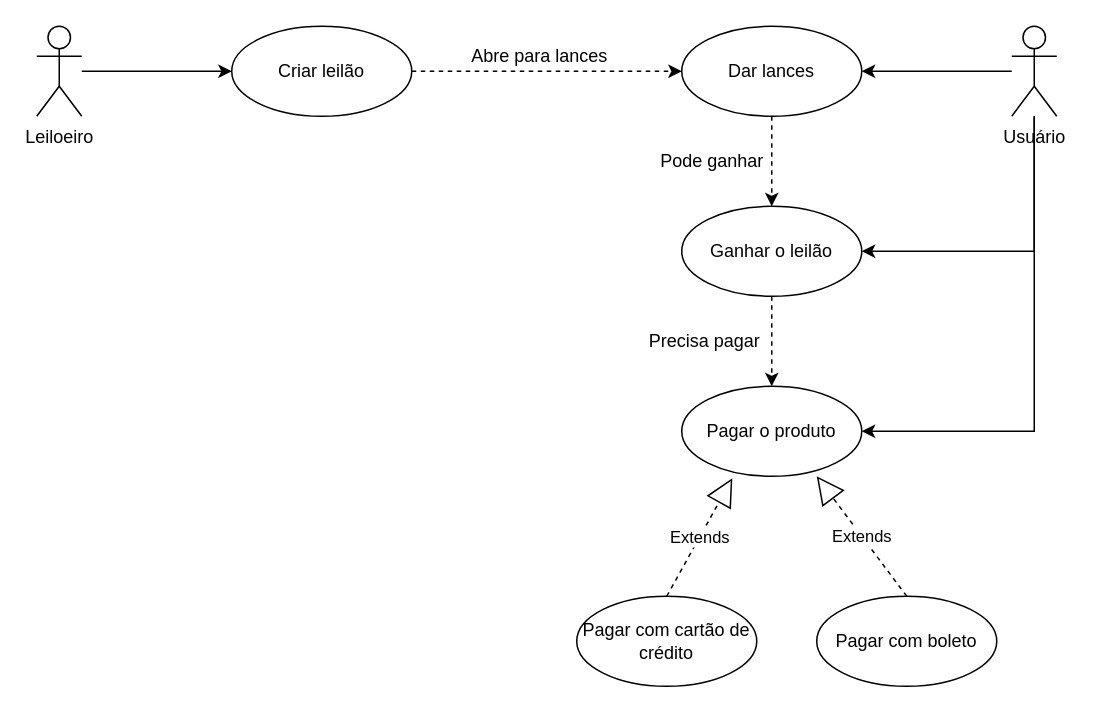
Earlier version of the draw.io diagram UML/casos-uso-leilao.drawio (andrerip/arquitetura). Source tidied: cells renumbered, new cells numbered last; positions are measured from the earlier drawing's top-left corner, leaving out a move shared by most shapes. Both pictures are drawn from the tidied source at 150%, with x=0, y=0 at pixel (36, 26).
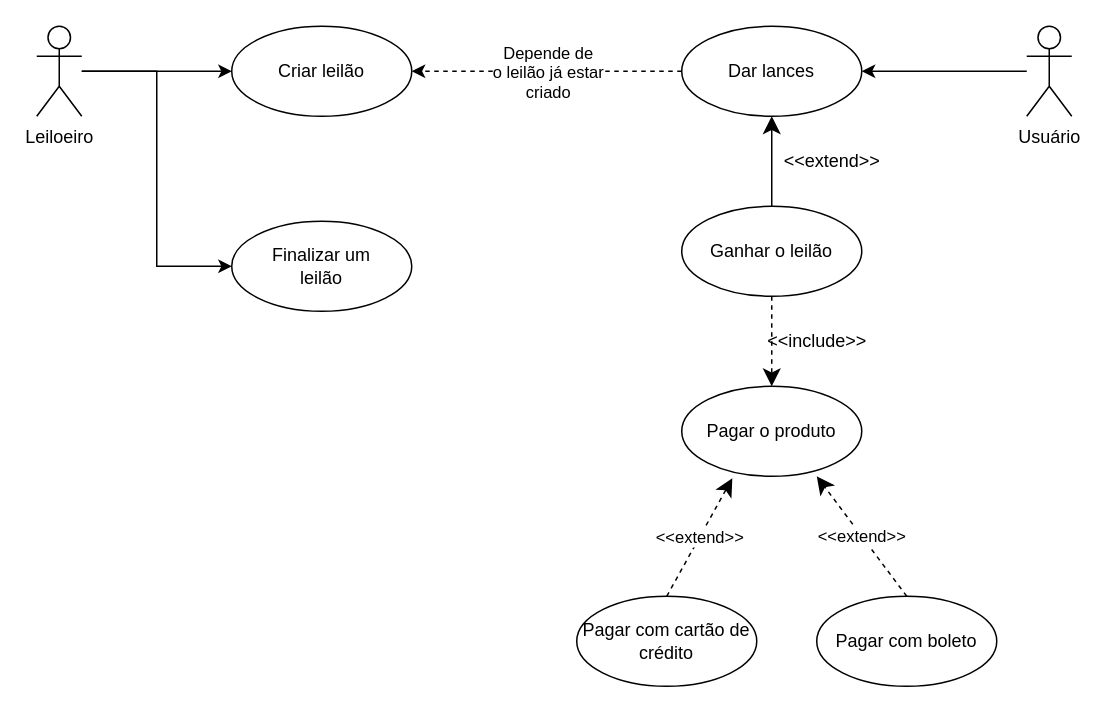
After the change.

Commit message (it also covers changes not shown here):
ajustes casos de uso

Unchanged cells that the change refers to:
```xml
<mxCell id="3" value="Leiloeiro" style="shape=umlActor;verticalLabelPosition=bottom;verticalAlign=top;html=1;" parent="1" vertex="1">
  <mxGeometry width="30" height="60" as="geometry" />
</mxCell>
<mxCell id="4" value="Criar leilão" style="ellipse;whiteSpace=wrap;html=1;" parent="1" vertex="1">
  <mxGeometry x="130" width="120" height="60" as="geometry" />
</mxCell>
<mxCell id="10" value="Dar lances" style="ellipse;whiteSpace=wrap;html=1;" parent="1" vertex="1">
  <mxGeometry x="430" width="120" height="60" as="geometry" />
</mxCell>
<mxCell id="13" value="Ganhar o leilão" style="ellipse;whiteSpace=wrap;html=1;" parent="1" vertex="1">
  <mxGeometry x="430" y="120" width="120" height="60" as="geometry" />
</mxCell>
<mxCell id="15" value="Pagar o produto" style="ellipse;whiteSpace=wrap;html=1;" parent="1" vertex="1">
  <mxGeometry x="430" y="240" width="120" height="60" as="geometry" />
</mxCell>
<mxCell id="17" value="Pagar com cartão de crédito" style="ellipse;whiteSpace=wrap;html=1;" parent="1" vertex="1">
  <mxGeometry x="360" y="380" width="120" height="60" as="geometry" />
</mxCell>
<mxCell id="18" value="Pagar com boleto" style="ellipse;whiteSpace=wrap;html=1;" parent="1" vertex="1">
  <mxGeometry x="520" y="380" width="120" height="60" as="geometry" />
</mxCell>
```

Change to the diagram source:
```diff
@@
+    <mxCell id="22" style="edgeStyle=orthogonalEdgeStyle;rounded=0;jettySize=auto;html=1;entryX=0;entryY=0.5;entryDx=0;entryDy=0;" parent="1" edge="1" source="3" target="25">
+      <mxGeometry relative="1" as="geometry" />
+    </mxCell>
@@
-    <mxCell id="6" style="edgeStyle=orthogonalEdgeStyle;rounded=0;jettySize=auto;html=1;entryX=1;entryY=0.5;entryDx=0;entryDy=0;" parent="1" edge="1" source="8" target="15">
-      <mxGeometry relative="1" as="geometry">
-        <Array as="points">
-          <mxPoint x="665" y="270" />
-        </Array>
-      </mxGeometry>
-    </mxCell>
-    <mxCell id="7" style="edgeStyle=orthogonalEdgeStyle;rounded=0;jettySize=auto;html=1;entryX=1;entryY=0.5;entryDx=0;entryDy=0;" parent="1" edge="1" source="8" target="13">
-      <mxGeometry relative="1" as="geometry">
-        <Array as="points">
-          <mxPoint x="665" y="150" />
-        </Array>
-      </mxGeometry>
-    </mxCell>
     <mxCell id="8" value="Usuário" style="shape=umlActor;verticalLabelPosition=bottom;verticalAlign=top;html=1;" parent="1" vertex="1">
-      <mxGeometry x="650" width="30" height="60" as="geometry" />
+      <mxGeometry x="660" width="30" height="60" as="geometry" />
     </mxCell>
-    <mxCell id="9" style="edgeStyle=orthogonalEdgeStyle;rounded=0;jettySize=auto;html=1;dashed=1;exitX=1;exitY=0.5;exitDx=0;exitDy=0;" parent="1" edge="1" source="4" target="10">
+    <mxCell id="9" style="edgeStyle=orthogonalEdgeStyle;rounded=0;jettySize=auto;html=1;dashed=1;entryX=1;entryY=0.5;entryDx=0;entryDy=0;" parent="1" edge="1" source="10" target="4">
       <mxGeometry relative="1" as="geometry" />
     </mxCell>
+    <mxCell id="23" value="Depende de&lt;br&gt;o leilão já estar&lt;br&gt;criado" style="edgeLabel;html=1;align=center;verticalAlign=middle;" parent="9" vertex="1">
+      <mxGeometry x="0.3" y="-2" relative="1" as="geometry">
+        <mxPoint x="27" y="2" as="offset" />
+      </mxGeometry>
+    </mxCell>
@@
-    <mxCell id="11" value="Abre para lances" style="text;html=1;align=center;verticalAlign=middle;" parent="1" vertex="1">
-      <mxGeometry x="280" y="10" width="110" height="20" as="geometry" />
-    </mxCell>
-    <mxCell id="12" style="edgeStyle=orthogonalEdgeStyle;rounded=0;jettySize=auto;html=1;dashed=1;exitX=0.5;exitY=1;exitDx=0;exitDy=0;" parent="1" edge="1" source="10" target="13">
-      <mxGeometry relative="1" as="geometry" />
-    </mxCell>
+    <mxCell id="24" style="edgeStyle=orthogonalEdgeStyle;rounded=0;jettySize=auto;html=1;exitX=0.5;exitY=0;exitDx=0;exitDy=0;entryX=0.5;entryY=1;entryDx=0;entryDy=0;endArrow=classic;endFill=1;endSize=9;" parent="1" edge="1" source="13" target="10">
+      <mxGeometry relative="1" as="geometry" />
+    </mxCell>
@@
-    <mxCell id="14" style="edgeStyle=orthogonalEdgeStyle;rounded=0;jettySize=auto;html=1;dashed=1;exitX=0.5;exitY=1;exitDx=0;exitDy=0;" parent="1" edge="1" source="13" target="15">
+    <mxCell id="14" style="edgeStyle=orthogonalEdgeStyle;rounded=0;jettySize=auto;html=1;dashed=1;exitX=0.5;exitY=1;exitDx=0;exitDy=0;endSize=9;" parent="1" edge="1" source="13" target="15">
       <mxGeometry relative="1" as="geometry" />
     </mxCell>
@@
-    <mxCell id="16" value="Pode ganhar" style="text;html=1;align=center;verticalAlign=middle;" parent="1" vertex="1">
-      <mxGeometry x="410" y="80" width="80" height="20" as="geometry" />
-    </mxCell>
@@
-    <mxCell id="19" value="Extends" style="endArrow=block;endSize=16;endFill=0;html=1;dashed=1;exitX=0.5;exitY=0;exitDx=0;exitDy=0;entryX=0.281;entryY=1.022;entryDx=0;entryDy=0;entryPerimeter=0;" parent="1" edge="1" source="17" target="15">
+    <mxCell id="19" value="&amp;lt;&amp;lt;extend&amp;gt;&amp;gt;" style="endArrow=classic;endSize=9;endFill=1;html=1;dashed=1;exitX=0.5;exitY=0;exitDx=0;exitDy=0;entryX=0.281;entryY=1.022;entryDx=0;entryDy=0;entryPerimeter=0;" parent="1" edge="1" source="17" target="15">
       <mxGeometry relative="1" as="geometry" />
     </mxCell>
-    <mxCell id="20" value="Extends" style="endArrow=block;endSize=16;endFill=0;html=1;dashed=1;exitX=0.5;exitY=0;exitDx=0;exitDy=0;entryX=0.75;entryY=1;entryDx=0;entryDy=0;entryPerimeter=0;" parent="1" edge="1" source="18" target="15">
+    <mxCell id="20" value="&amp;lt;&amp;lt;extend&amp;gt;&amp;gt;" style="endArrow=classic;endSize=9;endFill=1;html=1;dashed=1;exitX=0.5;exitY=0;exitDx=0;exitDy=0;entryX=0.75;entryY=1;entryDx=0;entryDy=0;entryPerimeter=0;" parent="1" edge="1" source="18" target="15">
       <mxGeometry relative="1" as="geometry" />
     </mxCell>
-    <mxCell id="21" value="Precisa pagar" style="text;html=1;align=center;verticalAlign=middle;" parent="1" vertex="1">
-      <mxGeometry x="400" y="200" width="90" height="20" as="geometry" />
-    </mxCell>
+    <mxCell id="25" value="Finalizar um&lt;br&gt;leilão" style="ellipse;whiteSpace=wrap;html=1;" parent="1" vertex="1">
+      <mxGeometry x="130" y="130" width="120" height="60" as="geometry" />
+    </mxCell>
+    <mxCell id="26" value="&amp;lt;&amp;lt;include&amp;gt;&amp;gt;" style="text;html=1;align=center;verticalAlign=middle;" parent="1" vertex="1">
+      <mxGeometry x="480" y="200" width="80" height="20" as="geometry" />
+    </mxCell>
+    <mxCell id="27" value="&amp;lt;&amp;lt;extend&amp;gt;&amp;gt;" style="text;html=1;align=center;verticalAlign=middle;" parent="1" vertex="1">
+      <mxGeometry x="490" y="80" width="80" height="20" as="geometry" />
+    </mxCell>
```
